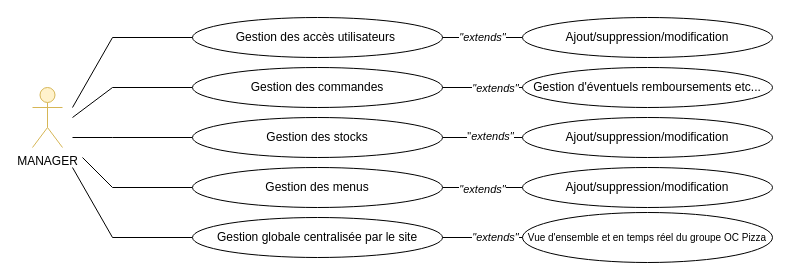
The draw.io diagram Manager.drawio in OMorlotti/P4-analyser-les-besoin-de-mon-client-pour-son-groupe-de-pizzerias, before the edit. Source tidied: cells renumbered, new cells numbered last; positions are measured from the earlier drawing's top-left corner, leaving out a move shared by most shapes. Both pictures are drawn from the tidied source at 100%, with x=0, y=0 at pixel (32, 17).
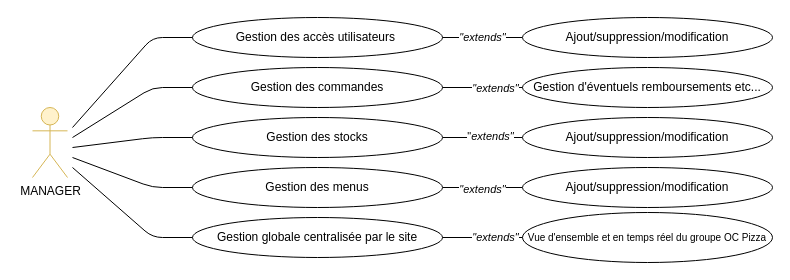
The same diagram, later.

The change refers to these unchanged cells:
```xml
<mxCell id="3" value="Gestion des accès utilisateurs&amp;nbsp;" style="ellipse;whiteSpace=wrap;html=1;" parent="1" vertex="1">
  <mxGeometry x="160" width="250" height="40" as="geometry" />
</mxCell>
<mxCell id="10" value="Gestion des commandes" style="ellipse;whiteSpace=wrap;html=1;" parent="1" vertex="1">
  <mxGeometry x="160" y="50" width="250" height="40" as="geometry" />
</mxCell>
<mxCell id="13" value="Gestion des stocks" style="ellipse;whiteSpace=wrap;html=1;" parent="1" vertex="1">
  <mxGeometry x="160" y="100" width="250" height="40" as="geometry" />
</mxCell>
<mxCell id="16" value="Gestion des menus" style="ellipse;whiteSpace=wrap;html=1;" parent="1" vertex="1">
  <mxGeometry x="160" y="150" width="250" height="40" as="geometry" />
</mxCell>
<mxCell id="17" value="Gestion globale centralisée par le site" style="ellipse;whiteSpace=wrap;html=1;" parent="1" vertex="1">
  <mxGeometry x="160" y="200" width="250" height="40" as="geometry" />
</mxCell>
```

What changed in the source:
```diff
@@
     <mxCell id="2" value="MANAGER" style="shape=umlActor;verticalLabelPosition=bottom;labelBackgroundColor=#ffffff;verticalAlign=top;html=1;fillColor=#fff2cc;strokeColor=#d6b656;" parent="1" vertex="1">
-      <mxGeometry y="70" width="30" height="60" as="geometry" />
+      <mxGeometry y="90" width="35" height="70" as="geometry" />
     </mxCell>
@@
-    <mxCell id="4" style="endArrow=none;html=1;exitX=0;exitY=0.5;exitDx=0;exitDy=0;" parent="1" edge="1" source="3">
-      <mxGeometry relative="1" as="geometry">
-        <mxPoint x="80" y="20" as="targetPoint" />
-      </mxGeometry>
-    </mxCell>
-    <mxCell id="5" style="endArrow=none;html=1;entryX=0;entryY=0.5;entryDx=0;entryDy=0;" parent="1" edge="1" target="10">
-      <mxGeometry relative="1" as="geometry">
-        <mxPoint x="80" y="70" as="sourcePoint" />
-      </mxGeometry>
-    </mxCell>
-    <mxCell id="6" style="endArrow=none;html=1;entryX=0;entryY=0.5;entryDx=0;entryDy=0;" parent="1" edge="1" target="13">
-      <mxGeometry relative="1" as="geometry">
-        <mxPoint x="80" y="120" as="sourcePoint" />
-      </mxGeometry>
-    </mxCell>
-    <mxCell id="7" style="endArrow=none;html=1;entryX=0;entryY=0.5;entryDx=0;entryDy=0;" parent="1" edge="1" target="16">
-      <mxGeometry relative="1" as="geometry">
-        <mxPoint x="80" y="170" as="sourcePoint" />
-      </mxGeometry>
-    </mxCell>
-    <mxCell id="8" style="endArrow=none;html=1;entryX=0;entryY=0.5;entryDx=0;entryDy=0;" parent="1" edge="1" target="17">
-      <mxGeometry relative="1" as="geometry">
-        <mxPoint x="80" y="220" as="sourcePoint" />
-      </mxGeometry>
-    </mxCell>
-    <mxCell id="9" style="endArrow=none;html=1;" parent="1" edge="1">
-      <mxGeometry relative="1" as="geometry">
-        <mxPoint x="40" y="100" as="sourcePoint" />
-        <mxPoint x="80" y="70" as="targetPoint" />
-      </mxGeometry>
-    </mxCell>
@@
-    <mxCell id="24" style="endArrow=none;html=1;" parent="1" edge="1">
-      <mxGeometry relative="1" as="geometry">
-        <mxPoint x="40" y="90" as="sourcePoint" />
-        <mxPoint x="80" y="20" as="targetPoint" />
-      </mxGeometry>
-    </mxCell>
-    <mxCell id="25" style="endArrow=none;html=1;" parent="1" edge="1">
-      <mxGeometry relative="1" as="geometry">
-        <mxPoint x="40" y="120" as="sourcePoint" />
-        <mxPoint x="80" y="120" as="targetPoint" />
-      </mxGeometry>
-    </mxCell>
-    <mxCell id="26" style="endArrow=none;html=1;" parent="1" edge="1">
-      <mxGeometry relative="1" as="geometry">
-        <mxPoint x="80" y="170" as="sourcePoint" />
-        <mxPoint x="50" y="140" as="targetPoint" />
-      </mxGeometry>
-    </mxCell>
-    <mxCell id="27" style="endArrow=none;html=1;" parent="1" edge="1">
-      <mxGeometry relative="1" as="geometry">
-        <mxPoint x="80" y="220" as="sourcePoint" />
-        <mxPoint x="40" y="150" as="targetPoint" />
-      </mxGeometry>
-    </mxCell>
@@
+    <mxCell id="32" style="endArrow=none;html=1;exitX=0;exitY=0.5;exitDx=0;exitDy=0;" parent="1" edge="1" source="3">
+      <mxGeometry relative="1" as="geometry">
+        <mxPoint x="40" y="110" as="targetPoint" />
+        <Array as="points">
+          <mxPoint x="120" y="20" />
+        </Array>
+      </mxGeometry>
+    </mxCell>
+    <mxCell id="33" style="endArrow=none;html=1;entryX=0;entryY=0.5;entryDx=0;entryDy=0;" parent="1" edge="1" target="10">
+      <mxGeometry relative="1" as="geometry">
+        <mxPoint x="40" y="120" as="sourcePoint" />
+        <Array as="points">
+          <mxPoint x="120" y="70" />
+        </Array>
+      </mxGeometry>
+    </mxCell>
+    <mxCell id="34" style="endArrow=none;html=1;exitX=0;exitY=0.5;exitDx=0;exitDy=0;" parent="1" edge="1" source="13">
+      <mxGeometry relative="1" as="geometry">
+        <mxPoint x="40" y="130" as="targetPoint" />
+        <Array as="points">
+          <mxPoint x="120" y="120" />
+        </Array>
+      </mxGeometry>
+    </mxCell>
+    <mxCell id="35" style="endArrow=none;html=1;exitX=0;exitY=0.5;exitDx=0;exitDy=0;" parent="1" edge="1" source="16">
+      <mxGeometry relative="1" as="geometry">
+        <mxPoint x="40" y="140" as="targetPoint" />
+        <Array as="points">
+          <mxPoint x="120" y="170" />
+        </Array>
+      </mxGeometry>
+    </mxCell>
+    <mxCell id="36" style="endArrow=none;html=1;exitX=0;exitY=0.5;exitDx=0;exitDy=0;" parent="1" edge="1" source="17">
+      <mxGeometry relative="1" as="geometry">
+        <mxPoint x="40" y="150" as="targetPoint" />
+        <Array as="points">
+          <mxPoint x="120" y="220" />
+        </Array>
+      </mxGeometry>
+    </mxCell>
```
